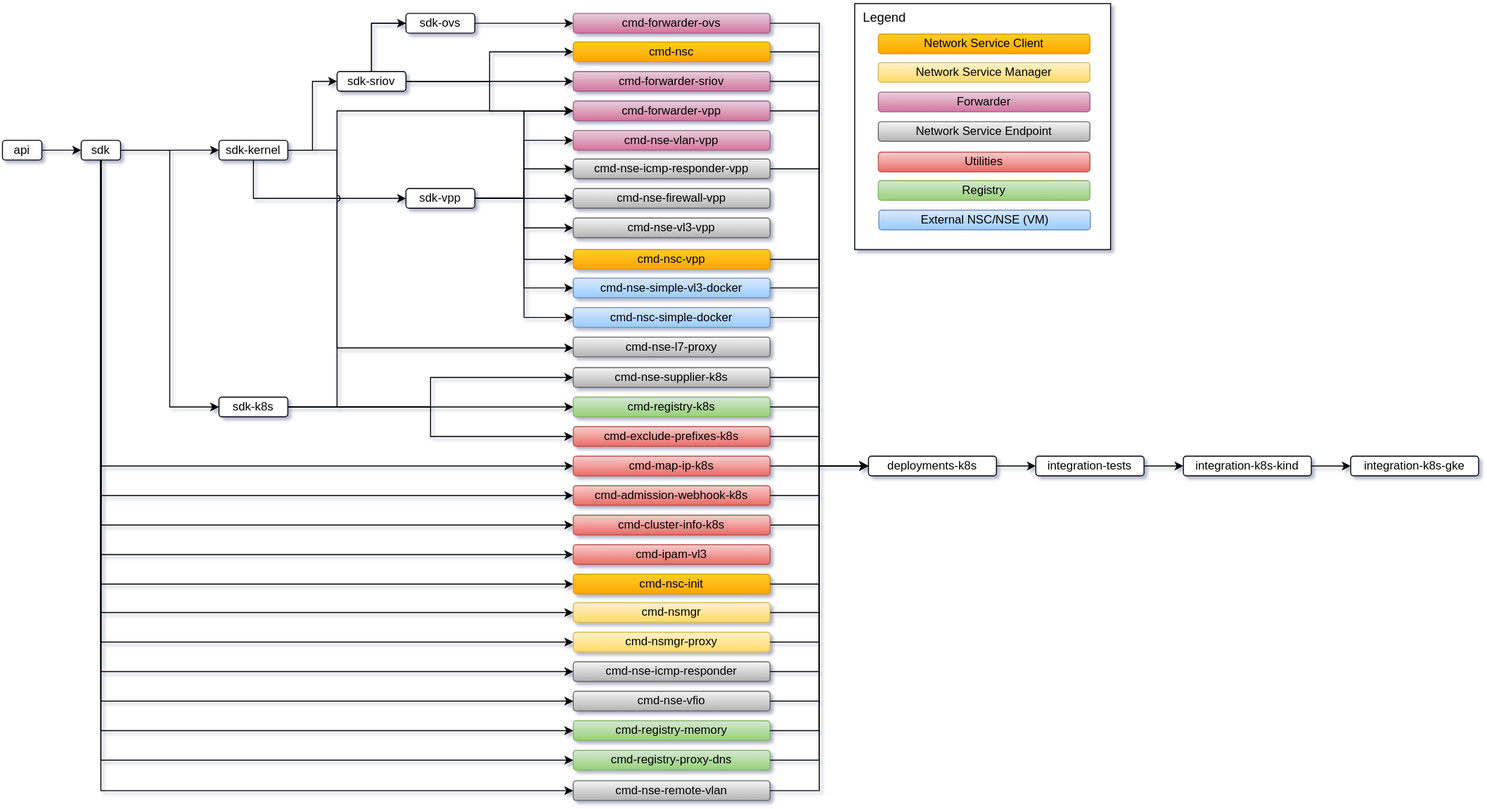
Above: static/img/multi-repo.svg in networkservicemesh/site (draw.io), before the change. Source tidied: cells renumbered, new cells last; positions are measured from the earlier drawing's top-left corner, leaving out a move shared by most shapes.
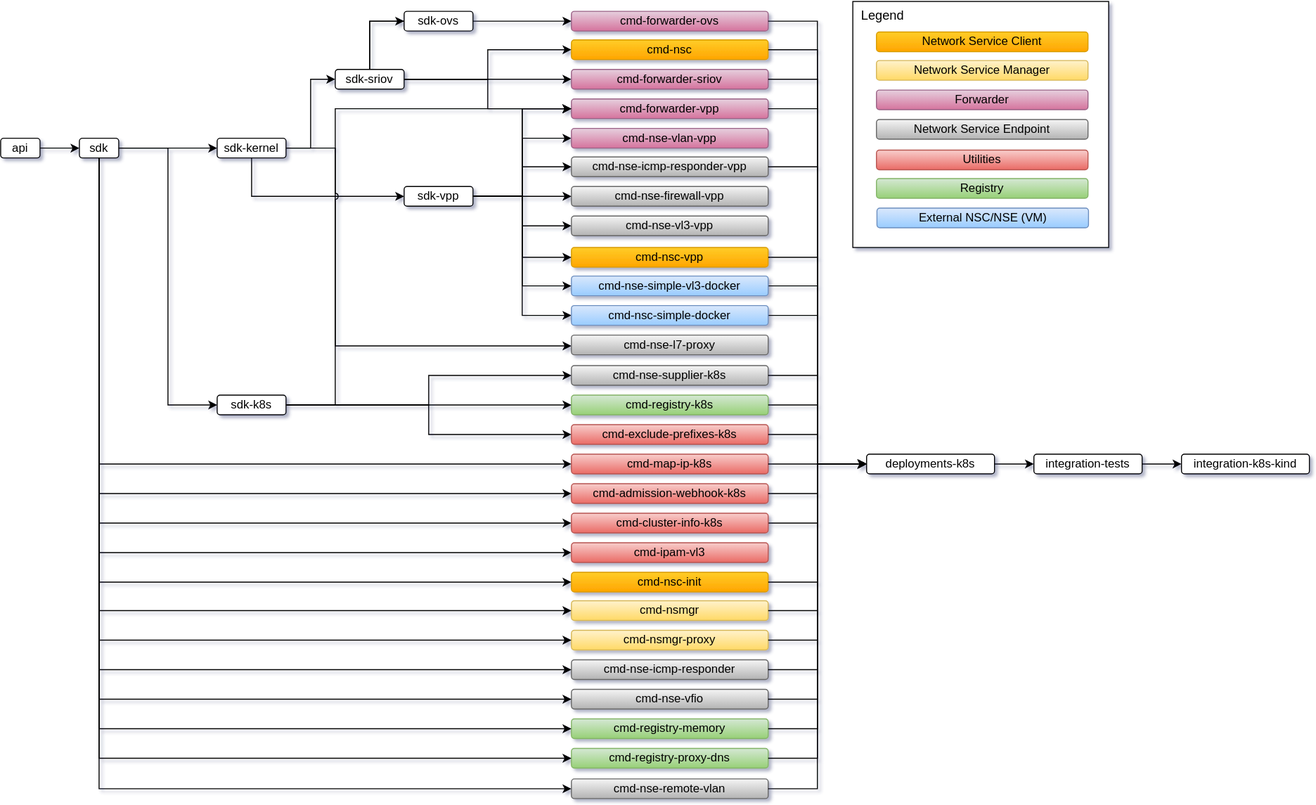
The same file after the commit.

Commit message:
Remove GKE from the multirepo diagram

Diff of the diagram source:
```diff
@@ -264,15 +264,9 @@
     <mxCell id="81" value="integration-k8s-kind" style="rounded=1;whiteSpace=wrap;html=1;" parent="1" vertex="1">
       <mxGeometry x="1200" y="461" width="130" height="20" as="geometry" />
     </mxCell>
-    <mxCell id="82" value="integration-k8s-gke" style="rounded=1;whiteSpace=wrap;html=1;" parent="1" vertex="1">
-      <mxGeometry x="1370" y="461" width="130" height="20" as="geometry" />
-    </mxCell>
     <mxCell id="83" style="edgeStyle=orthogonalEdgeStyle;rounded=0;jettySize=auto;html=1;entryX=0;entryY=0.5;entryDx=0;entryDy=0;exitX=1;exitY=0.5;exitDx=0;exitDy=0;" parent="1" edge="1" source="79" target="81">
       <mxGeometry relative="1" as="geometry" />
     </mxCell>
-    <mxCell id="84" style="edgeStyle=orthogonalEdgeStyle;rounded=0;jettySize=auto;html=1;entryX=0;entryY=0.5;entryDx=0;entryDy=0;exitX=1;exitY=0.5;exitDx=0;exitDy=0;" parent="1" edge="1" source="81" target="82">
-      <mxGeometry relative="1" as="geometry" />
-    </mxCell>
     <mxCell id="85" value="cmd-nse-firewall-vpp" style="rounded=1;whiteSpace=wrap;html=1;gradientColor=#b3b3b3;fillColor=#f5f5f5;strokeColor=#666666;" parent="1" vertex="1">
       <mxGeometry x="580" y="189" width="200" height="20" as="geometry" />
     </mxCell>
```
